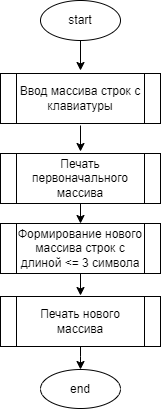
Above: MainDiagram.drawio.png in SboevaTatiana/FinalWork (draw.io), before the change. Source tidied: cells renumbered, new cells last; positions are measured from the earlier drawing's top-left corner, leaving out a move shared by most shapes.
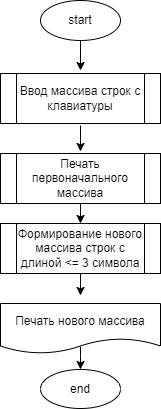
The same file after the commit.

Diff of the diagram source:
```diff
@@ -45,8 +45,8 @@
     <mxCell id="11" value="Формирование нового массива строк с длиной &amp;lt;= 3 символа" style="shape=process;whiteSpace=wrap;html=1;backgroundOutline=1;" parent="1" vertex="1">
       <mxGeometry y="223" width="160" height="50" as="geometry" />
     </mxCell>
-    <mxCell id="12" value="Печать нового массива" style="shape=process;whiteSpace=wrap;html=1;backgroundOutline=1;" parent="1" vertex="1">
-      <mxGeometry y="296" width="160" height="50" as="geometry" />
+    <mxCell id="12" value="Печать нового массива" style="shape=document;whiteSpace=wrap;html=1;boundedLbl=1;" parent="1" vertex="1">
+      <mxGeometry y="303" width="160" height="50" as="geometry" />
     </mxCell>
   </root>
 </mxGraphModel>
```
